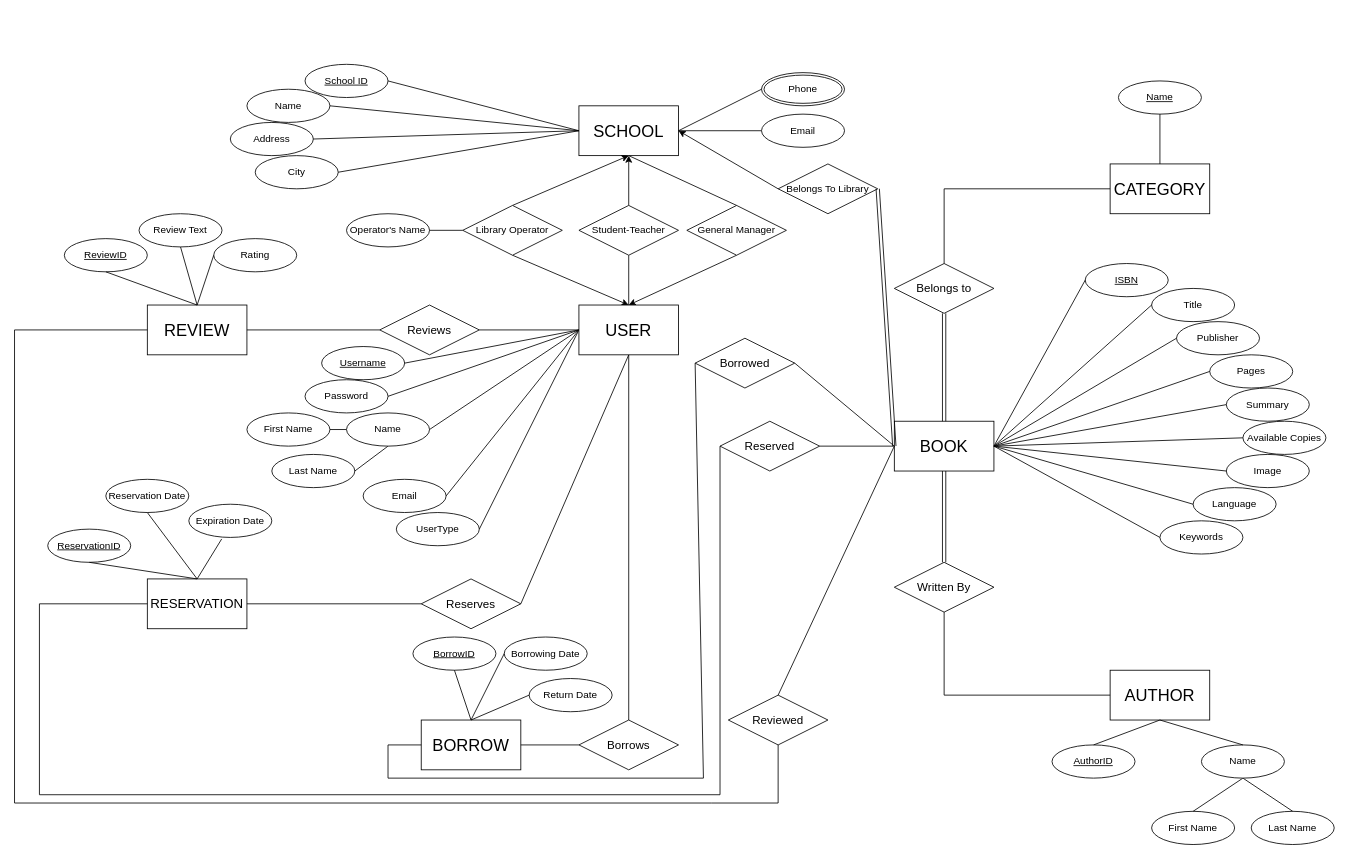
Before: diagrams/ermodel .drawio in konpappas/database, a draw.io diagram. Source tidied: cells renumbered, new cells numbered last; positions are measured from the earlier drawing's top-left corner, leaving out a move shared by most shapes. Both pictures are drawn from the tidied source at 83%, with x=0, y=0 at pixel (14, 64).
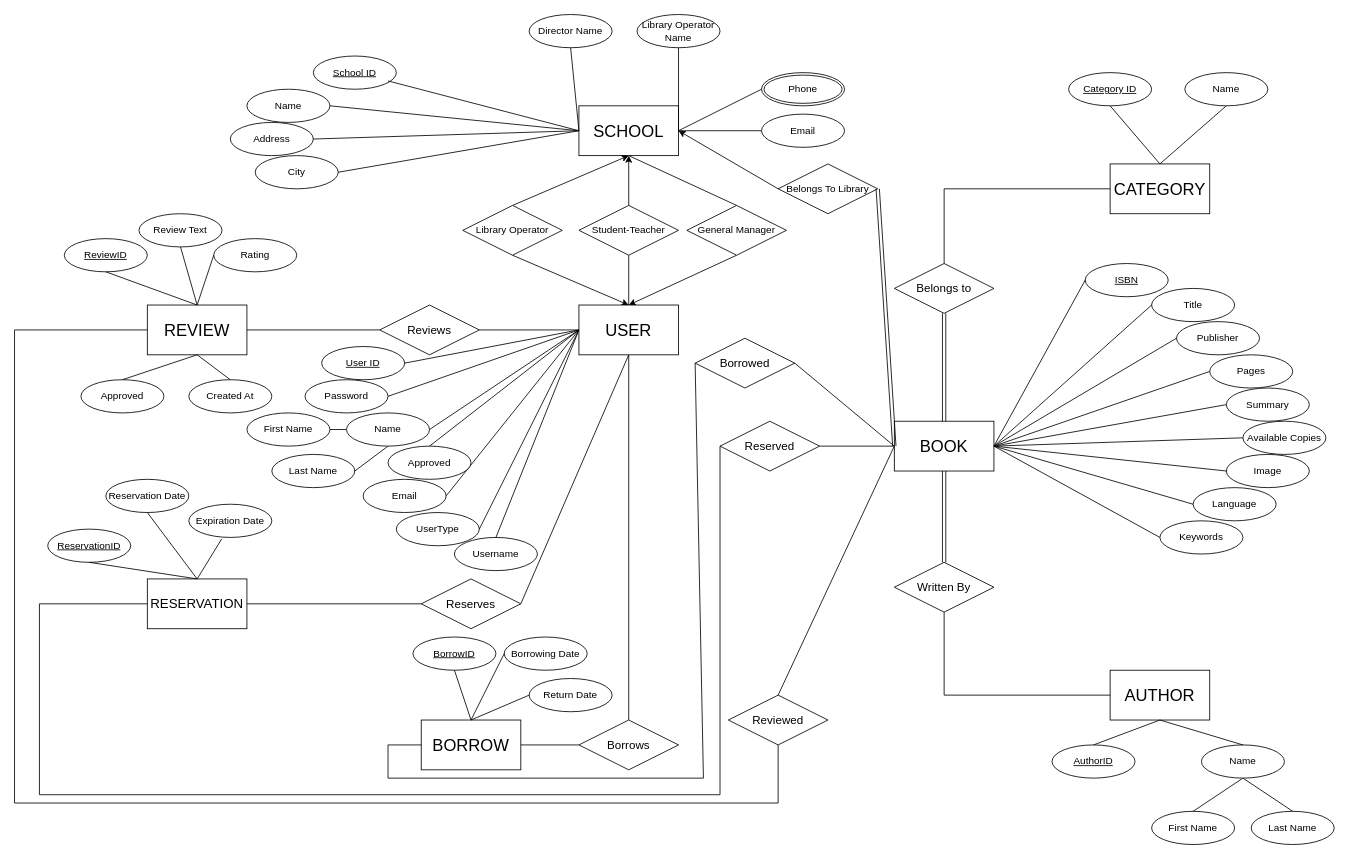
After the change.

The change refers to these unchanged cells:
```xml
<mxCell id="2" value="&lt;font style=&quot;font-size: 20px;&quot;&gt;SCHOOL&lt;/font&gt;" style="rounded=0;whiteSpace=wrap;html=1;" parent="1" vertex="1">
  <mxGeometry x="680" y="50" width="120" height="60" as="geometry" />
</mxCell>
<mxCell id="4" value="&lt;font style=&quot;font-size: 20px;&quot;&gt;REVIEW&lt;/font&gt;" style="rounded=0;whiteSpace=wrap;html=1;" parent="1" vertex="1">
  <mxGeometry x="160" y="290" width="120" height="60" as="geometry" />
</mxCell>
<mxCell id="6" value="&lt;font style=&quot;font-size: 20px;&quot;&gt;CATEGORY&lt;/font&gt;" style="rounded=0;whiteSpace=wrap;html=1;" parent="1" vertex="1">
  <mxGeometry x="1320" y="120" width="120" height="60" as="geometry" />
</mxCell>
<mxCell id="39" value="Library Operator" style="shape=rhombus;perimeter=rhombusPerimeter;whiteSpace=wrap;html=1;align=center;" parent="1" vertex="1">
  <mxGeometry x="540" y="170" width="120" height="60" as="geometry" />
</mxCell>
<mxCell id="117" value="&lt;font style=&quot;font-size: 20px;&quot;&gt;USER&lt;/font&gt;" style="whiteSpace=wrap;html=1;align=center;" parent="1" vertex="1">
  <mxGeometry x="680" y="290" width="120" height="60" as="geometry" />
</mxCell>
```

The edit, as a diff of the source:
```diff
@@
     <mxCell id="43" value="School ID" style="ellipse;whiteSpace=wrap;html=1;align=center;fontStyle=4;" parent="1" vertex="1">
-      <mxGeometry x="350" width="100" height="40" as="geometry" />
+      <mxGeometry x="360" y="-10" width="100" height="40" as="geometry" />
     </mxCell>
@@
-    <mxCell id="47" value="Operator's Name" style="ellipse;whiteSpace=wrap;html=1;align=center;" parent="1" vertex="1">
-      <mxGeometry x="400" y="180" width="100" height="40" as="geometry" />
-    </mxCell>
@@
-    <mxCell id="49" style="endArrow=none;html=1;rounded=0;entryX=0;entryY=0.5;entryDx=0;entryDy=0;exitX=1;exitY=0.5;exitDx=0;exitDy=0;" parent="1" edge="1" source="47" target="39">
-      <mxGeometry relative="1" as="geometry" />
-    </mxCell>
-    <mxCell id="50" style="endArrow=none;html=1;rounded=0;entryX=0;entryY=0.5;entryDx=0;entryDy=0;exitX=1;exitY=0.5;exitDx=0;exitDy=0;" parent="1" edge="1" source="43" target="2">
-      <mxGeometry relative="1" as="geometry" />
+    <mxCell id="50" style="endArrow=none;html=1;rounded=0;entryX=0;entryY=0.5;entryDx=0;entryDy=0;exitX=1;exitY=0.5;exitDx=0;exitDy=0;" parent="1" edge="1" target="2">
+      <mxGeometry relative="1" as="geometry">
+        <mxPoint x="450" y="20" as="sourcePoint" />
+      </mxGeometry>
     </mxCell>
@@
-    <mxCell id="56" value="Username" style="ellipse;whiteSpace=wrap;html=1;align=center;fontStyle=4;" parent="1" vertex="1">
+    <mxCell id="56" value="User ID" style="ellipse;whiteSpace=wrap;html=1;align=center;fontStyle=4;" parent="1" vertex="1">
       <mxGeometry x="370" y="340" width="100" height="40" as="geometry" />
     </mxCell>
@@
-    <mxCell id="89" value="Name" style="ellipse;whiteSpace=wrap;html=1;align=center;fontStyle=4;" parent="1" vertex="1">
-      <mxGeometry x="1330" y="20" width="100" height="40" as="geometry" />
+    <mxCell id="89" value="Category ID" style="ellipse;whiteSpace=wrap;html=1;align=center;fontStyle=4;" parent="1" vertex="1">
+      <mxGeometry x="1270" y="10" width="100" height="40" as="geometry" />
     </mxCell>
@@
+    <mxCell id="120" value="Director Name" style="ellipse;whiteSpace=wrap;html=1;align=center;" parent="1" vertex="1">
+      <mxGeometry x="620" y="-60" width="100" height="40" as="geometry" />
+    </mxCell>
+    <mxCell id="121" value="Library Operator Name" style="ellipse;whiteSpace=wrap;html=1;align=center;" parent="1" vertex="1">
+      <mxGeometry x="750" y="-60" width="100" height="40" as="geometry" />
+    </mxCell>
+    <mxCell id="122" style="endArrow=none;html=1;rounded=0;entryX=0;entryY=0.5;entryDx=0;entryDy=0;exitX=0.5;exitY=1;exitDx=0;exitDy=0;" parent="1" edge="1" source="120" target="2">
+      <mxGeometry relative="1" as="geometry" />
+    </mxCell>
+    <mxCell id="123" style="endArrow=none;html=1;rounded=0;entryX=1;entryY=0.5;entryDx=0;entryDy=0;exitX=0.5;exitY=1;exitDx=0;exitDy=0;" parent="1" edge="1" source="121" target="2">
+      <mxGeometry relative="1" as="geometry" />
+    </mxCell>
+    <mxCell id="124" value="Username" style="ellipse;whiteSpace=wrap;html=1;align=center;" parent="1" vertex="1">
+      <mxGeometry x="530" y="570" width="100" height="40" as="geometry" />
+    </mxCell>
+    <mxCell id="125" style="endArrow=none;html=1;rounded=0;exitX=0.5;exitY=0;exitDx=0;exitDy=0;entryX=0;entryY=0.5;entryDx=0;entryDy=0;" parent="1" edge="1" source="124" target="117">
+      <mxGeometry relative="1" as="geometry" />
+    </mxCell>
+    <mxCell id="126" value="Approved" style="ellipse;whiteSpace=wrap;html=1;align=center;" parent="1" vertex="1">
+      <mxGeometry x="450" y="460" width="100" height="40" as="geometry" />
+    </mxCell>
+    <mxCell id="127" style="endArrow=none;html=1;rounded=0;exitX=0.5;exitY=0;exitDx=0;exitDy=0;" parent="1" edge="1" source="126">
+      <mxGeometry relative="1" as="geometry">
+        <mxPoint x="680" y="320" as="targetPoint" />
+      </mxGeometry>
+    </mxCell>
+    <mxCell id="128" value="Approved" style="ellipse;whiteSpace=wrap;html=1;align=center;" parent="1" vertex="1">
+      <mxGeometry x="80" y="380" width="100" height="40" as="geometry" />
+    </mxCell>
+    <mxCell id="129" value="Created At" style="ellipse;whiteSpace=wrap;html=1;align=center;" parent="1" vertex="1">
+      <mxGeometry x="210" y="380" width="100" height="40" as="geometry" />
+    </mxCell>
+    <mxCell id="130" style="endArrow=none;html=1;rounded=0;entryX=0.5;entryY=1;entryDx=0;entryDy=0;exitX=0.5;exitY=0;exitDx=0;exitDy=0;" parent="1" edge="1" source="128" target="4">
+      <mxGeometry relative="1" as="geometry" />
+    </mxCell>
+    <mxCell id="131" style="endArrow=none;html=1;rounded=0;entryX=0.5;entryY=1;entryDx=0;entryDy=0;exitX=0.5;exitY=0;exitDx=0;exitDy=0;" parent="1" edge="1" source="129" target="4">
+      <mxGeometry relative="1" as="geometry" />
+    </mxCell>
+    <mxCell id="132" value="Name" style="ellipse;whiteSpace=wrap;html=1;align=center;" parent="1" vertex="1">
+      <mxGeometry x="1410" y="10" width="100" height="40" as="geometry" />
+    </mxCell>
+    <mxCell id="133" style="endArrow=none;html=1;rounded=0;exitX=0.5;exitY=0;exitDx=0;exitDy=0;entryX=0.5;entryY=1;entryDx=0;entryDy=0;" parent="1" edge="1" source="6" target="132">
+      <mxGeometry relative="1" as="geometry" />
+    </mxCell>
```
